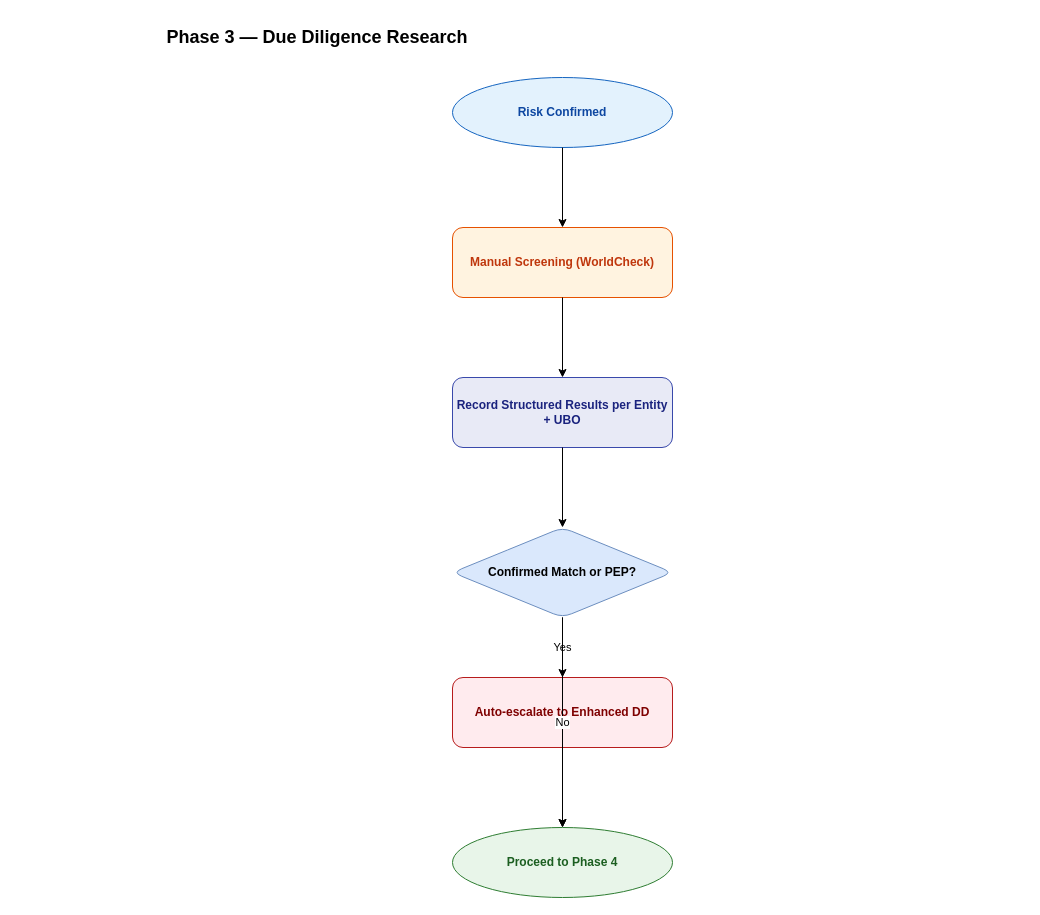
The draw.io diagram page "Phase 3 Detail" (5 of 9) of diagrams/drawio/best-practice-e2e.drawio in mazharr-hussain/KycReport, before the edit. Source tidied: cells renumbered, new cells numbered last; positions are measured from the earlier drawing's top-left corner, leaving out a move shared by most shapes. Both pictures are drawn from the tidied source at 100%, with x=0, y=0 at pixel (17, 17).
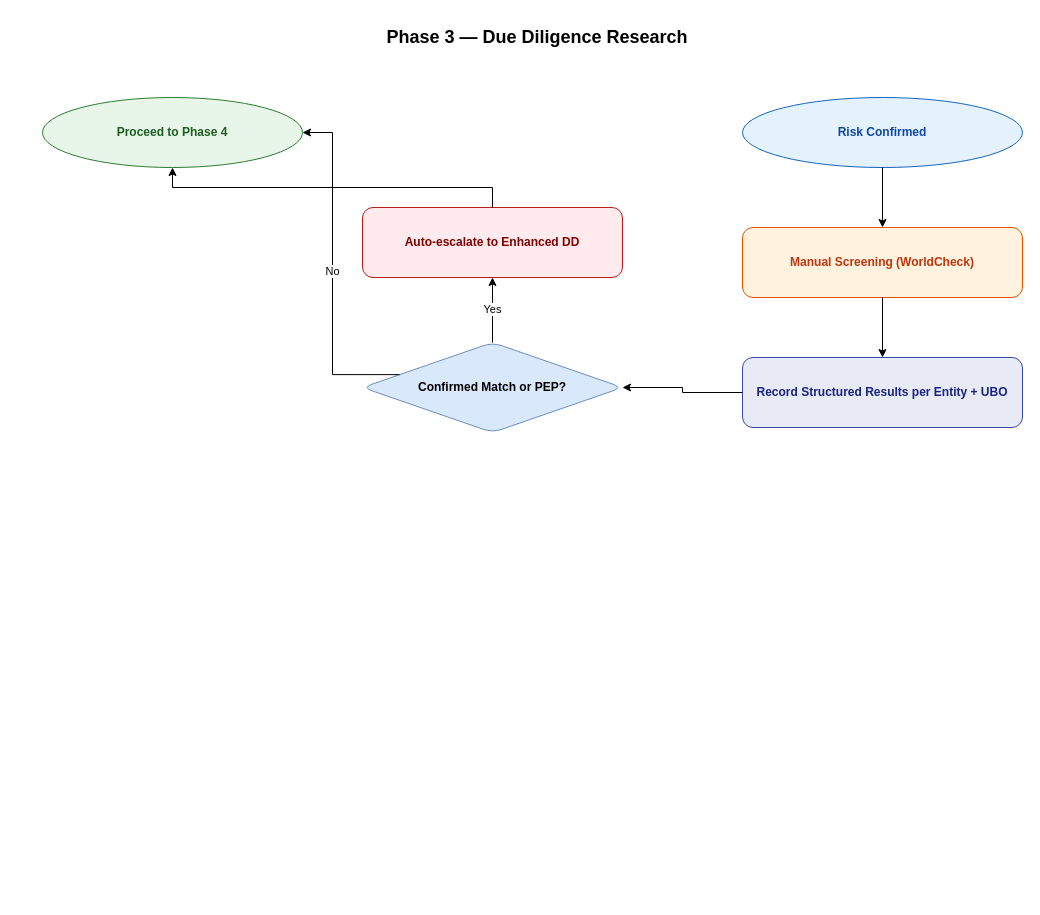
Above is the later version.

The edit, as a diff of the source:
```diff
@@
 <mxGraphModel>
   <root>
     <mxCell id="0" />
     <mxCell id="1" parent="0" />
     <mxCell id="2" value="Phase 3 — Due Diligence Research" style="text;html=1;strokeColor=none;fillColor=none;align=center;verticalAlign=middle;whiteSpace=wrap;rounded=0;fontSize=18;fontStyle=1;" parent="1" vertex="1">
-      <mxGeometry width="600" height="40" as="geometry" />
+      <mxGeometry x="220" width="600" height="40" as="geometry" />
     </mxCell>
     <mxCell id="3" value="Risk Confirmed" style="ellipse;whiteSpace=wrap;html=1;fillColor=#E3F2FD;strokeColor=#1565C0;fontColor=#0D47A1;fontSize=12;fontStyle=1;rounded=1;" parent="1" vertex="1">
-      <mxGeometry x="435" y="60" width="220" height="70" as="geometry" />
+      <mxGeometry x="725" y="80" width="280" height="70" as="geometry" />
     </mxCell>
     <mxCell id="4" value="Manual Screening (WorldCheck)" style="rect;whiteSpace=wrap;html=1;fillColor=#FFF3E0;strokeColor=#E65100;fontColor=#BF360C;fontSize=12;fontStyle=1;rounded=1;" parent="1" vertex="1">
-      <mxGeometry x="435" y="210" width="220" height="70" as="geometry" />
+      <mxGeometry x="725" y="210" width="280" height="70" as="geometry" />
     </mxCell>
     <mxCell id="5" value="Record Structured Results per Entity + UBO" style="rect;whiteSpace=wrap;html=1;fillColor=#E8EAF6;strokeColor=#3949AB;fontColor=#1A237E;fontSize=12;fontStyle=1;rounded=1;" parent="1" vertex="1">
-      <mxGeometry x="435" y="360" width="220" height="70" as="geometry" />
+      <mxGeometry x="725" y="340" width="280" height="70" as="geometry" />
     </mxCell>
     <mxCell id="6" value="Confirmed Match or PEP?" style="rhombus;whiteSpace=wrap;html=1;fillColor=#dae8fc;strokeColor=#6c8ebf;fontColor=#000000;fontSize=12;fontStyle=1;rounded=1;" parent="1" vertex="1">
-      <mxGeometry x="435" y="510" width="220" height="90" as="geometry" />
+      <mxGeometry x="345" y="325" width="260" height="90" as="geometry" />
     </mxCell>
     <mxCell id="7" value="Auto-escalate to Enhanced DD" style="rect;whiteSpace=wrap;html=1;fillColor=#FFEBEE;strokeColor=#B71C1C;fontColor=#7F0000;fontSize=12;fontStyle=1;rounded=1;" parent="1" vertex="1">
-      <mxGeometry x="435" y="660" width="220" height="70" as="geometry" />
+      <mxGeometry x="345" y="190" width="260" height="70" as="geometry" />
     </mxCell>
     <mxCell id="8" value="Proceed to Phase 4" style="ellipse;whiteSpace=wrap;html=1;fillColor=#E8F5E9;strokeColor=#2E7D32;fontColor=#1B5E20;fontSize=12;fontStyle=1;rounded=1;" parent="1" vertex="1">
-      <mxGeometry x="435" y="810" width="220" height="70" as="geometry" />
+      <mxGeometry x="25" y="80" width="260" height="70" as="geometry" />
     </mxCell>
-    <mxCell id="9" style="edgeStyle=orthogonalEdgeStyle;rounded=0;html=1;fontSize=11;" parent="1" edge="1" source="3" target="4">
+    <mxCell id="9" style="edgeStyle=orthogonalEdgeStyle;rounded=0;html=1;fontSize=11;exitX=0.5;exitY=1;entryX=0.5;entryY=0;" parent="1" edge="1" source="3" target="4">
       <mxGeometry relative="1" as="geometry" />
     </mxCell>
-    <mxCell id="10" style="edgeStyle=orthogonalEdgeStyle;rounded=0;html=1;fontSize=11;" parent="1" edge="1" source="4" target="5">
+    <mxCell id="10" style="edgeStyle=orthogonalEdgeStyle;rounded=0;html=1;fontSize=11;exitX=0.5;exitY=1;entryX=0.5;entryY=0;" parent="1" edge="1" source="4" target="5">
       <mxGeometry relative="1" as="geometry" />
     </mxCell>
-    <mxCell id="11" style="edgeStyle=orthogonalEdgeStyle;rounded=0;html=1;fontSize=11;" parent="1" edge="1" source="5" target="6">
+    <mxCell id="11" style="edgeStyle=orthogonalEdgeStyle;rounded=0;html=1;fontSize=11;exitX=0;exitY=0.5;entryX=1;entryY=0.5;" parent="1" edge="1" source="5" target="6">
       <mxGeometry relative="1" as="geometry" />
     </mxCell>
-    <mxCell id="12" value="Yes" style="edgeStyle=orthogonalEdgeStyle;rounded=0;html=1;fontSize=11;" parent="1" edge="1" source="6" target="7">
+    <mxCell id="12" value="Yes" style="edgeStyle=orthogonalEdgeStyle;rounded=0;html=1;fontSize=11;exitX=0.5;exitY=0;entryX=0.5;entryY=1;" parent="1" edge="1" source="6" target="7">
       <mxGeometry relative="1" as="geometry" />
     </mxCell>
-    <mxCell id="13" value="No" style="edgeStyle=orthogonalEdgeStyle;rounded=0;html=1;fontSize=11;" parent="1" edge="1" source="6" target="8">
+    <mxCell id="13" value="No" style="edgeStyle=orthogonalEdgeStyle;rounded=0;html=1;fontSize=11;exitX=0;exitY=0.3;entryX=1;entryY=0.5;" parent="1" edge="1" source="6" target="8">
       <mxGeometry relative="1" as="geometry" />
     </mxCell>
-    <mxCell id="14" style="edgeStyle=orthogonalEdgeStyle;rounded=0;html=1;fontSize=11;" parent="1" edge="1" source="7" target="8">
+    <mxCell id="14" style="edgeStyle=orthogonalEdgeStyle;rounded=0;html=1;fontSize=11;exitX=0.5;exitY=0;entryX=0.5;entryY=1;" parent="1" edge="1" source="7" target="8">
       <mxGeometry relative="1" as="geometry" />
     </mxCell>
   </root>
 </mxGraphModel>
```
